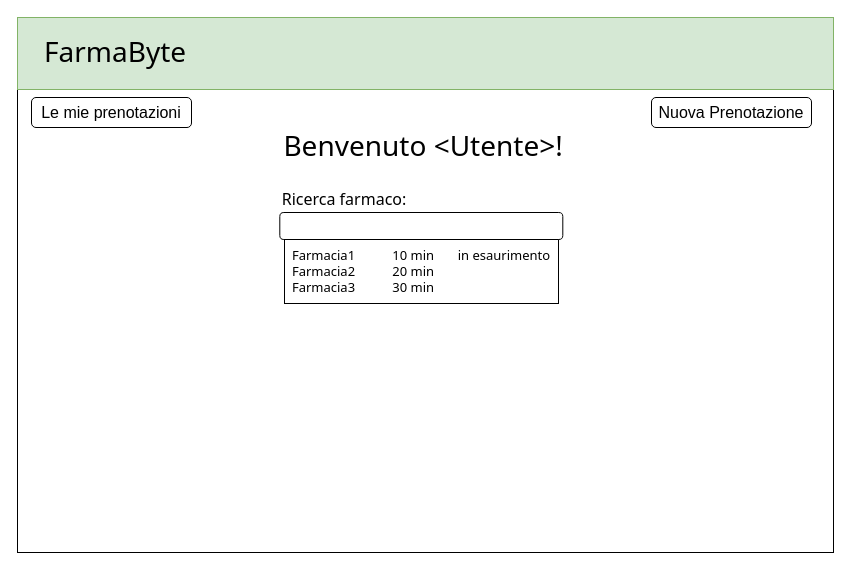
Above: page "HomeLogin" (2 of 6) of drawio/Interfacce/VisteUtente.drawio in lnwor/farmabyte-doc (draw.io), before the change. Source tidied: cells renumbered, new cells numbered last; positions are measured from the earlier drawing's top-left corner, leaving out a move shared by most shapes. Both pictures are drawn from the tidied source at 100%, with x=0, y=0 at pixel (17, 17).
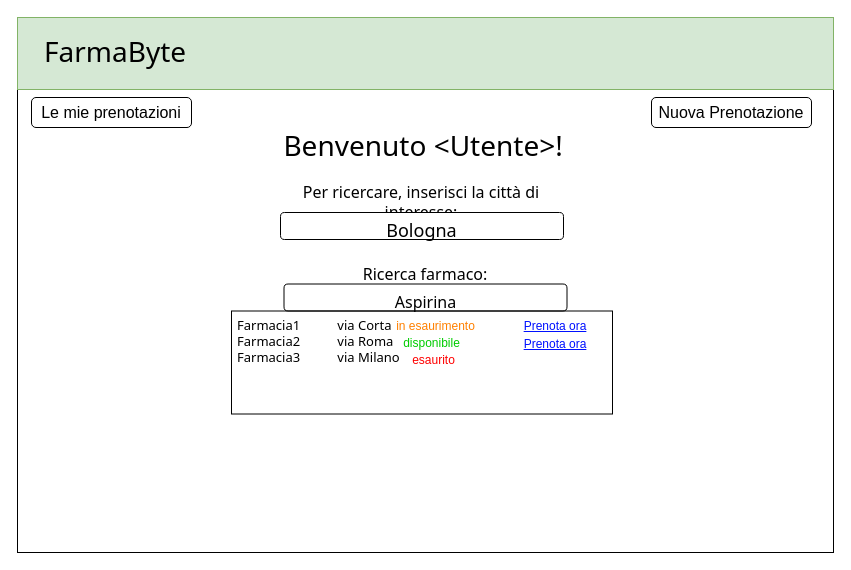
The same diagram, later.

Commit message (it also covers changes not shown here):
aggiunta ricerca per città nei disegni interfacce

The edit, as a diff of the source:
```diff
@@
 <mxGraphModel>
   <root>
     <mxCell id="0" />
     <mxCell id="1" parent="0" />
     <mxCell id="2" value="&lt;br&gt;" style="rounded=0;whiteSpace=wrap;html=1;" parent="1" vertex="1">
       <mxGeometry y="2" width="816" height="533" as="geometry" />
     </mxCell>
     <mxCell id="3" style="rounded=1;whiteSpace=wrap;html=1;fontSize=16;fontColor=#000000;align=left;" parent="1" vertex="1">
       <mxGeometry x="14" y="80" width="160" height="30" as="geometry" />
     </mxCell>
     <mxCell id="4" style="rounded=1;whiteSpace=wrap;html=1;fontSize=16;fontColor=#000000;align=left;" parent="1" vertex="1">
       <mxGeometry x="634" y="80" width="160" height="30" as="geometry" />
     </mxCell>
-    <mxCell id="5" style="rounded=0;whiteSpace=wrap;html=1;fontFamily=Noto Sans;fontSize=16;" parent="1" vertex="1">
-      <mxGeometry x="267" y="222" width="274" height="64" as="geometry" />
-    </mxCell>
     <mxCell id="6" style="rounded=0;whiteSpace=wrap;html=1;fontSize=28;fillColor=#d5e8d4;strokeColor=#82b366;" parent="1" vertex="1">
       <mxGeometry width="816" height="72" as="geometry" />
     </mxCell>
     <mxCell id="7" value="FarmaByte" style="text;strokeColor=none;fillColor=none;align=left;verticalAlign=top;spacingLeft=4;spacingRight=4;overflow=hidden;fontSize=28;fontFamily=Noto Sans;" parent="1" vertex="1">
       <mxGeometry x="21" y="11" width="166" height="48" as="geometry" />
     </mxCell>
     <mxCell id="8" value="Benvenuto &lt;Utente&gt;!" style="text;strokeColor=none;fillColor=none;align=left;verticalAlign=top;spacingLeft=4;spacingRight=4;overflow=hidden;fontSize=28;fontFamily=Noto Sans;" parent="1" vertex="1">
       <mxGeometry x="260.4" y="105" width="295.1" height="64" as="geometry" />
     </mxCell>
-    <mxCell id="9" style="rounded=1;whiteSpace=wrap;html=1;fontFamily=Noto Sans;fontSize=28;" parent="1" vertex="1">
-      <mxGeometry x="262.3" y="195" width="283" height="27" as="geometry" />
+    <mxCell id="9" value="&lt;font style=&quot;font-size: 16px&quot;&gt;Aspirina&lt;/font&gt;" style="rounded=1;whiteSpace=wrap;html=1;fontFamily=Noto Sans;fontSize=28;" parent="1" vertex="1">
+      <mxGeometry x="266.5" y="266.5" width="283" height="27" as="geometry" />
     </mxCell>
     <mxCell id="10" value="Ricerca farmaco:" style="text;html=1;strokeColor=none;fillColor=none;align=center;verticalAlign=middle;whiteSpace=wrap;rounded=0;fontFamily=Noto Sans;fontSize=16;" parent="1" vertex="1">
-      <mxGeometry x="190" y="172" width="274" height="20" as="geometry" />
+      <mxGeometry x="271" y="246.5" width="274" height="20" as="geometry" />
     </mxCell>
-    <mxCell id="11" value="Farmacia1           10 min       in esaurimento&#10;Farmacia2           20 min    &#10;Farmacia3           30 min" style="text;strokeColor=none;fillColor=none;align=left;verticalAlign=top;spacingLeft=4;spacingRight=4;overflow=hidden;fontFamily=Noto Sans;fontSize=13;" parent="1" vertex="1">
-      <mxGeometry x="268.9" y="224" width="269.7" height="163" as="geometry" />
+    <mxCell id="11" value="Farmacia1           via Corta       &#10;Farmacia2           via Roma    &#10;Farmacia3           via Milano" style="text;fillColor=none;align=left;verticalAlign=top;spacingLeft=4;spacingRight=4;overflow=hidden;fontFamily=Noto Sans;fontSize=13;strokeColor=#000000;labelBackgroundColor=none;" parent="1" vertex="1">
+      <mxGeometry x="214" y="293.5" width="381" height="103" as="geometry" />
     </mxCell>
     <mxCell id="12" value="Nuova Prenotazione" style="text;html=1;strokeColor=none;fillColor=none;align=center;verticalAlign=middle;whiteSpace=wrap;rounded=0;fontSize=16;fontColor=#000000;" parent="1" vertex="1">
       <mxGeometry x="634" y="85" width="160" height="20" as="geometry" />
     </mxCell>
     <mxCell id="13" value="Le mie prenotazioni" style="text;html=1;strokeColor=none;fillColor=none;align=center;verticalAlign=middle;whiteSpace=wrap;rounded=0;fontSize=16;fontColor=#000000;" parent="1" vertex="1">
       <mxGeometry x="14" y="85" width="160" height="20" as="geometry" />
     </mxCell>
+    <mxCell id="14" value="in esaurimento" style="text;html=1;strokeColor=none;fillColor=none;align=center;verticalAlign=middle;whiteSpace=wrap;rounded=0;labelBackgroundColor=none;fontColor=#FF8000;" parent="1" vertex="1">
+      <mxGeometry x="373" y="300" width="91" height="17" as="geometry" />
+    </mxCell>
+    <mxCell id="15" value="&lt;font color=&quot;#0011FF&quot;&gt;&lt;u&gt;Prenota ora&lt;/u&gt;&lt;/font&gt;" style="text;html=1;strokeColor=none;fillColor=none;align=center;verticalAlign=middle;whiteSpace=wrap;rounded=0;labelBackgroundColor=none;fontColor=#FF8000;" parent="1" vertex="1">
+      <mxGeometry x="496" y="298.5" width="84" height="20" as="geometry" />
+    </mxCell>
+    <mxCell id="16" value="disponibile" style="text;html=1;strokeColor=none;fillColor=none;align=center;verticalAlign=middle;whiteSpace=wrap;rounded=0;labelBackgroundColor=none;fontColor=#00CC00;" parent="1" vertex="1">
+      <mxGeometry x="369" y="317" width="91" height="17" as="geometry" />
+    </mxCell>
+    <mxCell id="17" value="&lt;font color=&quot;#0011FF&quot;&gt;&lt;u&gt;Prenota ora&lt;/u&gt;&lt;/font&gt;" style="text;html=1;strokeColor=none;fillColor=none;align=center;verticalAlign=middle;whiteSpace=wrap;rounded=0;labelBackgroundColor=none;fontColor=#FF8000;" parent="1" vertex="1">
+      <mxGeometry x="496" y="317" width="84" height="20" as="geometry" />
+    </mxCell>
+    <mxCell id="18" value="esaurito" style="text;html=1;strokeColor=none;fillColor=none;align=center;verticalAlign=middle;whiteSpace=wrap;rounded=0;labelBackgroundColor=none;fontColor=#FF0000;" parent="1" vertex="1">
+      <mxGeometry x="371" y="334" width="91" height="17" as="geometry" />
+    </mxCell>
+    <mxCell id="19" value="Per ricercare, inserisci la città di interesse:" style="text;html=1;strokeColor=none;fillColor=none;align=center;verticalAlign=middle;whiteSpace=wrap;rounded=0;fontFamily=Noto Sans;fontSize=16;" parent="1" vertex="1">
+      <mxGeometry x="267" y="175" width="274" height="20" as="geometry" />
+    </mxCell>
+    <mxCell id="20" value="&lt;font style=&quot;font-size: 18px&quot;&gt;Bologna&lt;/font&gt;" style="rounded=1;whiteSpace=wrap;html=1;fontFamily=Noto Sans;fontSize=28;" parent="1" vertex="1">
+      <mxGeometry x="263" y="195" width="283" height="27" as="geometry" />
+    </mxCell>
   </root>
 </mxGraphModel>
```
